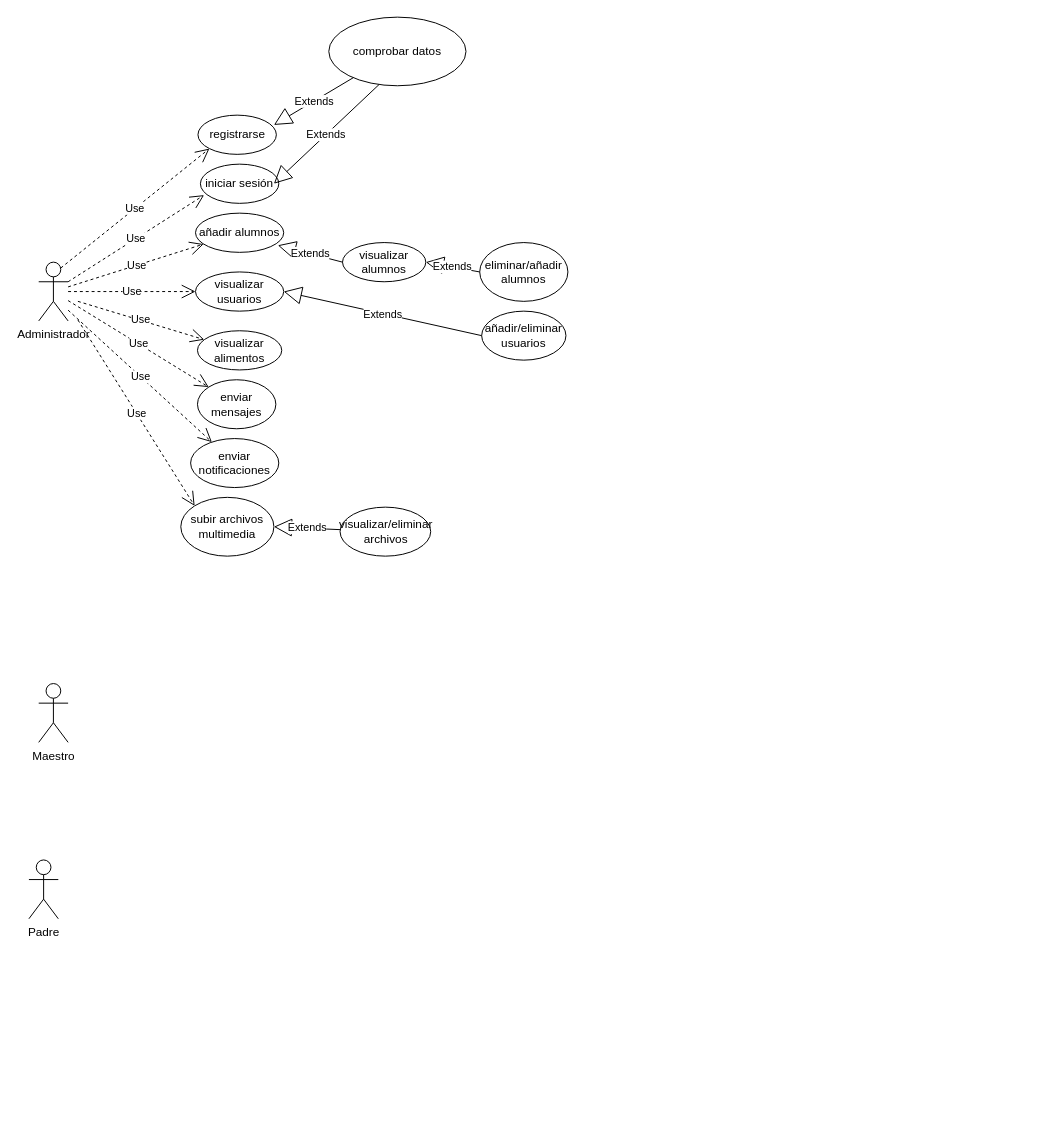
The draw.io diagram Casosdeuso.drawio in KBL-C/AppHuertoOlivo, before the edit. Source tidied: cells renumbered, new cells numbered last; positions are measured from the earlier drawing's top-left corner, leaving out a move shared by most shapes. Both pictures are drawn from the tidied source at 98%, with x=0, y=0 at pixel (28, 17).
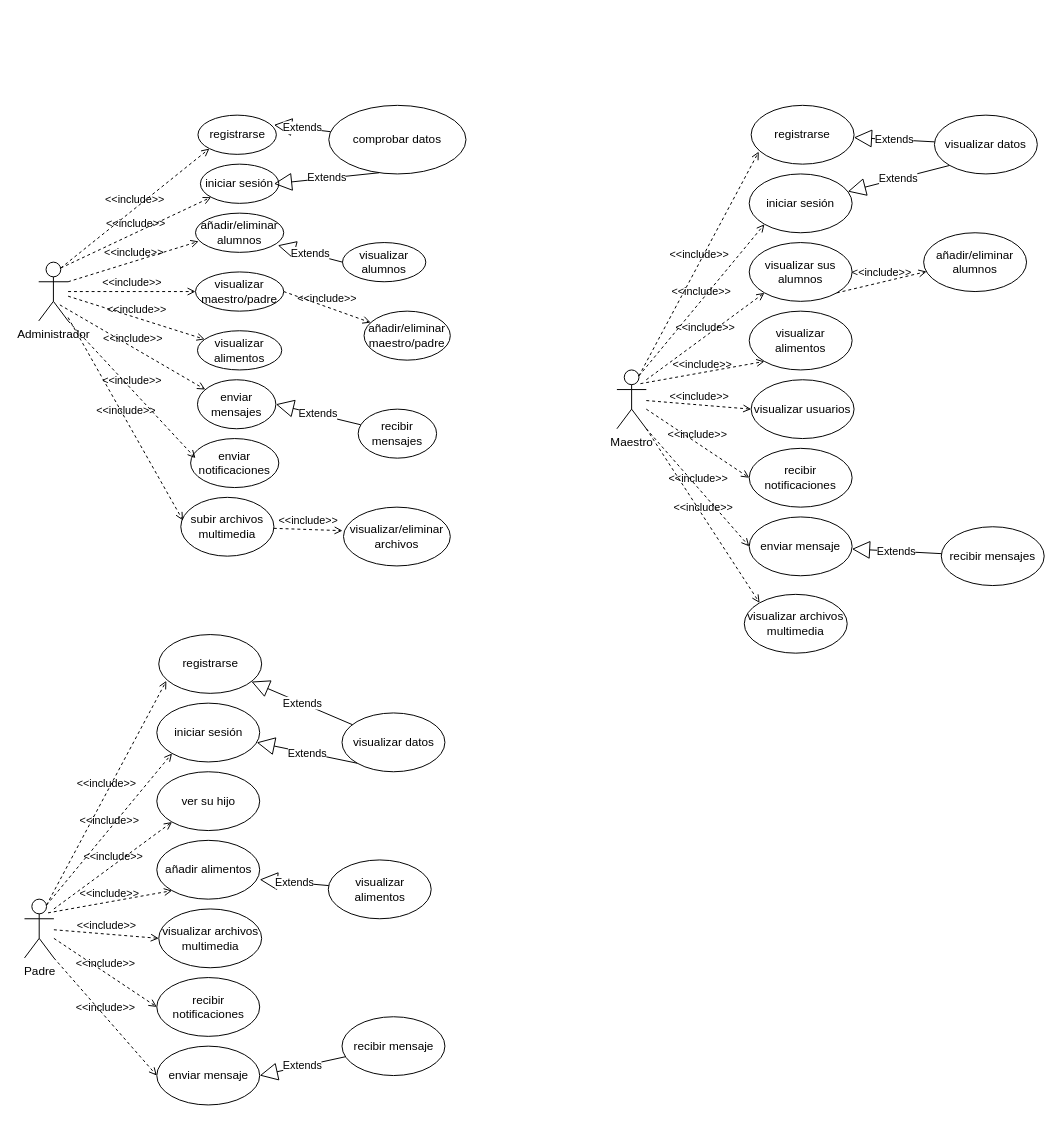
The same page after the edit.

The change refers to these unchanged cells:
```xml
<mxCell id="2" value="Administrador" style="shape=umlActor;verticalLabelPosition=bottom;verticalAlign=top;html=1;" parent="1" vertex="1">
  <mxGeometry x="10" y="250" width="30" height="60" as="geometry" />
</mxCell>
<mxCell id="5" value="registrarse" style="ellipse;whiteSpace=wrap;html=1;" parent="1" vertex="1">
  <mxGeometry x="172.5" y="100" width="80" height="40" as="geometry" />
</mxCell>
<mxCell id="6" value="iniciar sesión" style="ellipse;whiteSpace=wrap;html=1;" parent="1" vertex="1">
  <mxGeometry x="175" y="150" width="80" height="40" as="geometry" />
</mxCell>
<mxCell id="9" value="visualizar alumnos" style="ellipse;whiteSpace=wrap;html=1;" parent="1" vertex="1">
  <mxGeometry x="320" y="230" width="85" height="40" as="geometry" />
</mxCell>
<mxCell id="10" value="visualizar alimentos" style="ellipse;whiteSpace=wrap;html=1;" parent="1" vertex="1">
  <mxGeometry x="172" y="320" width="86" height="40" as="geometry" />
</mxCell>
<mxCell id="11" value="enviar mensajes" style="ellipse;whiteSpace=wrap;html=1;" parent="1" vertex="1">
  <mxGeometry x="172" y="370" width="80" height="50" as="geometry" />
</mxCell>
<mxCell id="12" value="enviar notificaciones" style="ellipse;whiteSpace=wrap;html=1;" parent="1" vertex="1">
  <mxGeometry x="165" y="430" width="90" height="50" as="geometry" />
</mxCell>
```

Diff of the diagram source:
```diff
@@
     <mxCell id="3" value="Maestro&lt;br&gt;" style="shape=umlActor;verticalLabelPosition=bottom;verticalAlign=top;html=1;" parent="1" vertex="1">
-      <mxGeometry x="10" y="680" width="30" height="60" as="geometry" />
+      <mxGeometry x="600" y="360" width="30" height="60" as="geometry" />
     </mxCell>
-    <mxCell id="4" value="Padre" style="shape=umlActor;verticalLabelPosition=bottom;verticalAlign=top;html=1;" parent="1" vertex="1">
-      <mxGeometry y="860" width="30" height="60" as="geometry" />
-    </mxCell>
@@
-    <mxCell id="7" value="añadir alumnos" style="ellipse;whiteSpace=wrap;html=1;" parent="1" vertex="1">
+    <mxCell id="7" value="añadir/eliminar alumnos" style="ellipse;whiteSpace=wrap;html=1;" parent="1" vertex="1">
       <mxGeometry x="170" y="200" width="90" height="40" as="geometry" />
     </mxCell>
-    <mxCell id="8" value="visualizar usuarios" style="ellipse;whiteSpace=wrap;html=1;" parent="1" vertex="1">
+    <mxCell id="8" value="visualizar maestro/padre" style="ellipse;whiteSpace=wrap;html=1;" parent="1" vertex="1">
       <mxGeometry x="170" y="260" width="90" height="40" as="geometry" />
     </mxCell>
@@
-    <mxCell id="13" value="Extends" style="endArrow=block;endSize=16;endFill=0;html=1;entryX=1;entryY=0.5;entryDx=0;entryDy=0;exitX=0;exitY=0.5;exitDx=0;exitDy=0;" parent="1" edge="1" source="14" target="9">
-      <mxGeometry relative="1" as="geometry" />
-    </mxCell>
-    <mxCell id="14" value="eliminar/añadir alumnos" style="ellipse;whiteSpace=wrap;html=1;" parent="1" vertex="1">
-      <mxGeometry x="460" y="230" width="90" height="60" as="geometry" />
-    </mxCell>
-    <mxCell id="15" value="añadir/eliminar usuarios" style="ellipse;whiteSpace=wrap;html=1;" parent="1" vertex="1">
-      <mxGeometry x="462" y="300" width="86" height="50" as="geometry" />
+    <mxCell id="15" value="añadir/eliminar maestro/padre" style="ellipse;whiteSpace=wrap;html=1;" parent="1" vertex="1">
+      <mxGeometry x="342" y="300" width="88" height="50" as="geometry" />
     </mxCell>
-    <mxCell id="16" value="Extends" style="endArrow=block;endSize=16;endFill=0;html=1;entryX=1;entryY=0.5;entryDx=0;entryDy=0;exitX=0;exitY=0.5;exitDx=0;exitDy=0;" parent="1" edge="1" source="15" target="8">
-      <mxGeometry relative="1" as="geometry" />
-    </mxCell>
     <mxCell id="17" value="comprobar datos" style="ellipse;whiteSpace=wrap;html=1;" parent="1" vertex="1">
-      <mxGeometry x="306" width="140" height="70" as="geometry" />
+      <mxGeometry x="306" y="90" width="140" height="70" as="geometry" />
     </mxCell>
-    <mxCell id="18" value="Use" style="endArrow=open;endSize=12;dashed=1;html=1;exitX=0.75;exitY=0.1;exitDx=0;exitDy=0;exitPerimeter=0;entryX=0;entryY=1;entryDx=0;entryDy=0;" parent="1" edge="1" source="2" target="5">
-      <mxGeometry relative="1" as="geometry" />
-    </mxCell>
@@
-    <mxCell id="21" value="Use" style="endArrow=open;endSize=12;dashed=1;html=1;entryX=0.047;entryY=0.79;entryDx=0;entryDy=0;entryPerimeter=0;" parent="1" edge="1" target="6">
-      <mxGeometry relative="1" as="geometry">
-        <mxPoint x="40" y="270" as="sourcePoint" />
-      </mxGeometry>
-    </mxCell>
+    <mxCell id="23" value="Extends" style="endArrow=block;endSize=16;endFill=0;html=1;entryX=0.933;entryY=0.82;entryDx=0;entryDy=0;exitX=0;exitY=0.5;exitDx=0;exitDy=0;entryPerimeter=0;" parent="1" edge="1" source="9" target="7">
+      <mxGeometry relative="1" as="geometry" />
+    </mxCell>
+    <mxCell id="28" value="subir archivos multimedia" style="ellipse;whiteSpace=wrap;html=1;" parent="1" vertex="1">
+      <mxGeometry x="155" y="490" width="95" height="60" as="geometry" />
+    </mxCell>
+    <mxCell id="30" value="visualizar/eliminar archivos" style="ellipse;whiteSpace=wrap;html=1;" parent="1" vertex="1">
+      <mxGeometry x="321" y="500" width="109" height="60" as="geometry" />
+    </mxCell>
+    <mxCell id="32" value="&amp;lt;&amp;lt;include&amp;gt;&amp;gt;" style="html=1;verticalAlign=bottom;labelBackgroundColor=none;endArrow=open;endFill=0;dashed=1;entryX=0.023;entryY=0.393;entryDx=0;entryDy=0;entryPerimeter=0;" parent="1" edge="1" source="2" target="28">
+      <mxGeometry relative="1" as="geometry" />
+    </mxCell>
+    <mxCell id="33" value="&amp;lt;&amp;lt;include&amp;gt;&amp;gt;" style="html=1;verticalAlign=bottom;labelBackgroundColor=none;endArrow=open;endFill=0;dashed=1;exitX=1;exitY=1;exitDx=0;exitDy=0;exitPerimeter=0;" parent="1" edge="1" source="2">
+      <mxGeometry relative="1" as="geometry">
+        <mxPoint x="170" y="450" as="targetPoint" />
+      </mxGeometry>
+    </mxCell>
+    <mxCell id="34" value="&amp;lt;&amp;lt;include&amp;gt;&amp;gt;" style="html=1;verticalAlign=bottom;labelBackgroundColor=none;endArrow=open;endFill=0;dashed=1;exitX=0.72;exitY=0.727;exitDx=0;exitDy=0;exitPerimeter=0;" parent="1" edge="1" source="2">
+      <mxGeometry relative="1" as="geometry">
+        <mxPoint x="180" y="380" as="targetPoint" />
+      </mxGeometry>
+    </mxCell>
+    <mxCell id="35" value="&amp;lt;&amp;lt;include&amp;gt;&amp;gt;" style="html=1;verticalAlign=bottom;labelBackgroundColor=none;endArrow=open;endFill=0;dashed=1;" parent="1" edge="1" source="2" target="10">
+      <mxGeometry relative="1" as="geometry" />
+    </mxCell>
+    <mxCell id="24" value="&amp;lt;&amp;lt;include&amp;gt;&amp;gt;" style="html=1;verticalAlign=bottom;labelBackgroundColor=none;endArrow=open;endFill=0;dashed=1;" parent="1" edge="1" source="2" target="8">
+      <mxGeometry relative="1" as="geometry" />
+    </mxCell>
-    <mxCell id="22" value="Use" style="endArrow=open;endSize=12;dashed=1;html=1;" parent="1" edge="1" source="2" target="7">
+    <mxCell id="22" value="&amp;lt;&amp;lt;include&amp;gt;&amp;gt;" style="html=1;verticalAlign=bottom;labelBackgroundColor=none;endArrow=open;endFill=0;dashed=1;entryX=0.036;entryY=0.72;entryDx=0;entryDy=0;exitX=1;exitY=0.3333333333333333;exitDx=0;exitDy=0;exitPerimeter=0;entryPerimeter=0;" parent="1" edge="1" source="2" target="7">
       <mxGeometry relative="1" as="geometry" />
     </mxCell>
-    <mxCell id="23" value="Extends" style="endArrow=block;endSize=16;endFill=0;html=1;entryX=0.933;entryY=0.82;entryDx=0;entryDy=0;exitX=0;exitY=0.5;exitDx=0;exitDy=0;entryPerimeter=0;" parent="1" edge="1" source="9" target="7">
-      <mxGeometry relative="1" as="geometry" />
-    </mxCell>
-    <mxCell id="24" value="Use" style="endArrow=open;endSize=12;dashed=1;html=1;entryX=0;entryY=0.5;entryDx=0;entryDy=0;" parent="1" edge="1" source="2" target="8">
-      <mxGeometry relative="1" as="geometry" />
-    </mxCell>
-    <mxCell id="25" value="Use" style="endArrow=open;endSize=12;dashed=1;html=1;" parent="1" edge="1" target="10">
-      <mxGeometry relative="1" as="geometry">
-        <mxPoint x="50" y="290" as="sourcePoint" />
-      </mxGeometry>
-    </mxCell>
-    <mxCell id="26" value="Use" style="endArrow=open;endSize=12;dashed=1;html=1;" parent="1" edge="1" source="2" target="11">
-      <mxGeometry relative="1" as="geometry" />
-    </mxCell>
-    <mxCell id="27" value="Use" style="endArrow=open;endSize=12;dashed=1;html=1;" parent="1" edge="1" target="12">
-      <mxGeometry relative="1" as="geometry">
-        <mxPoint x="40" y="299" as="sourcePoint" />
-      </mxGeometry>
-    </mxCell>
-    <mxCell id="28" value="subir archivos multimedia" style="ellipse;whiteSpace=wrap;html=1;" parent="1" vertex="1">
-      <mxGeometry x="155" y="490" width="95" height="60" as="geometry" />
-    </mxCell>
-    <mxCell id="29" value="Use" style="endArrow=open;endSize=12;dashed=1;html=1;entryX=0;entryY=0;entryDx=0;entryDy=0;" parent="1" edge="1" target="28">
-      <mxGeometry relative="1" as="geometry">
-        <mxPoint x="50" y="309" as="sourcePoint" />
-      </mxGeometry>
-    </mxCell>
-    <mxCell id="30" value="visualizar/eliminar archivos" style="ellipse;whiteSpace=wrap;html=1;" parent="1" vertex="1">
-      <mxGeometry x="317.5" y="500" width="92.5" height="50" as="geometry" />
-    </mxCell>
-    <mxCell id="31" value="Extends" style="endArrow=block;endSize=16;endFill=0;html=1;entryX=1;entryY=0.5;entryDx=0;entryDy=0;" parent="1" edge="1" source="30" target="28">
-      <mxGeometry relative="1" as="geometry" />
-    </mxCell>
+    <mxCell id="18" value="&amp;lt;&amp;lt;include&amp;gt;&amp;gt;" style="html=1;verticalAlign=bottom;labelBackgroundColor=none;endArrow=open;endFill=0;dashed=1;entryX=0;entryY=1;entryDx=0;entryDy=0;exitX=0.75;exitY=0.1;exitDx=0;exitDy=0;exitPerimeter=0;" parent="1" edge="1" source="2" target="5">
+      <mxGeometry relative="1" as="geometry" />
+    </mxCell>
+    <mxCell id="36" value="Extends" style="endArrow=block;endSize=16;endFill=0;html=1;entryX=1;entryY=0.5;entryDx=0;entryDy=0;" parent="1" edge="1" source="37" target="11">
+      <mxGeometry relative="1" as="geometry" />
+    </mxCell>
+    <mxCell id="37" value="recibir mensajes" style="ellipse;whiteSpace=wrap;html=1;" parent="1" vertex="1">
+      <mxGeometry x="336" y="400" width="80" height="50" as="geometry" />
+    </mxCell>
+    <mxCell id="38" value="visualizar sus alumnos" style="ellipse;whiteSpace=wrap;html=1;" parent="1" vertex="1">
+      <mxGeometry x="735" y="230" width="105" height="60" as="geometry" />
+    </mxCell>
+    <mxCell id="39" value="iniciar sesión" style="ellipse;whiteSpace=wrap;html=1;" parent="1" vertex="1">
+      <mxGeometry x="735" y="160" width="105" height="60" as="geometry" />
+    </mxCell>
+    <mxCell id="40" value="registrarse" style="ellipse;whiteSpace=wrap;html=1;" parent="1" vertex="1">
+      <mxGeometry x="737" y="90" width="105" height="60" as="geometry" />
+    </mxCell>
+    <mxCell id="41" value="visualizar alimentos" style="ellipse;whiteSpace=wrap;html=1;" parent="1" vertex="1">
+      <mxGeometry x="735" y="300" width="105" height="60" as="geometry" />
+    </mxCell>
+    <mxCell id="42" value="visualizar usuarios" style="ellipse;whiteSpace=wrap;html=1;" parent="1" vertex="1">
+      <mxGeometry x="737" y="370" width="105" height="60" as="geometry" />
+    </mxCell>
+    <mxCell id="43" value="recibir notificaciones" style="ellipse;whiteSpace=wrap;html=1;" parent="1" vertex="1">
+      <mxGeometry x="735" y="440" width="105" height="60" as="geometry" />
+    </mxCell>
+    <mxCell id="44" value="enviar mensaje" style="ellipse;whiteSpace=wrap;html=1;" parent="1" vertex="1">
+      <mxGeometry x="735" y="510" width="105" height="60" as="geometry" />
+    </mxCell>
+    <mxCell id="45" value="visualizar datos" style="ellipse;whiteSpace=wrap;html=1;" parent="1" vertex="1">
+      <mxGeometry x="924" y="100" width="105" height="60" as="geometry" />
+    </mxCell>
+    <mxCell id="46" value="añadir/eliminar alumnos" style="ellipse;whiteSpace=wrap;html=1;" parent="1" vertex="1">
+      <mxGeometry x="913" y="220" width="105" height="60" as="geometry" />
+    </mxCell>
+    <mxCell id="47" value="visualizar archivos multimedia" style="ellipse;whiteSpace=wrap;html=1;" parent="1" vertex="1">
+      <mxGeometry x="730" y="589" width="105" height="60" as="geometry" />
+    </mxCell>
+    <mxCell id="48" value="recibir mensajes" style="ellipse;whiteSpace=wrap;html=1;" parent="1" vertex="1">
+      <mxGeometry x="931" y="520" width="105" height="60" as="geometry" />
+    </mxCell>
+    <mxCell id="49" value="Extends" style="endArrow=block;endSize=16;endFill=0;html=1;" parent="1" edge="1" source="45" target="40">
+      <mxGeometry relative="1" as="geometry" />
+    </mxCell>
+    <mxCell id="50" value="&amp;lt;&amp;lt;include&amp;gt;&amp;gt;" style="html=1;verticalAlign=bottom;labelBackgroundColor=none;endArrow=open;endFill=0;dashed=1;entryX=0.074;entryY=0.787;entryDx=0;entryDy=0;exitX=0.75;exitY=0.1;exitDx=0;exitDy=0;exitPerimeter=0;entryPerimeter=0;" parent="1" edge="1" source="3" target="40">
+      <mxGeometry relative="1" as="geometry" />
+    </mxCell>
+    <mxCell id="51" value="&amp;lt;&amp;lt;include&amp;gt;&amp;gt;" style="html=1;verticalAlign=bottom;labelBackgroundColor=none;endArrow=open;endFill=0;dashed=1;entryX=0;entryY=1;entryDx=0;entryDy=0;exitX=0.8;exitY=0.233;exitDx=0;exitDy=0;exitPerimeter=0;" parent="1" edge="1" source="3" target="41">
+      <mxGeometry relative="1" as="geometry" />
+    </mxCell>
+    <mxCell id="52" value="&amp;lt;&amp;lt;include&amp;gt;&amp;gt;" style="html=1;verticalAlign=bottom;labelBackgroundColor=none;endArrow=open;endFill=0;dashed=1;entryX=0;entryY=0.5;entryDx=0;entryDy=0;" parent="1" edge="1" source="3" target="42">
+      <mxGeometry relative="1" as="geometry" />
+    </mxCell>
+    <mxCell id="53" value="&amp;lt;&amp;lt;include&amp;gt;&amp;gt;" style="html=1;verticalAlign=bottom;labelBackgroundColor=none;endArrow=open;endFill=0;dashed=1;entryX=0;entryY=0.5;entryDx=0;entryDy=0;" parent="1" edge="1" source="3" target="43">
+      <mxGeometry relative="1" as="geometry" />
+    </mxCell>
+    <mxCell id="54" value="&amp;lt;&amp;lt;include&amp;gt;&amp;gt;" style="html=1;verticalAlign=bottom;labelBackgroundColor=none;endArrow=open;endFill=0;dashed=1;entryX=0;entryY=0.5;entryDx=0;entryDy=0;exitX=1;exitY=1;exitDx=0;exitDy=0;exitPerimeter=0;" parent="1" edge="1" source="3" target="44">
+      <mxGeometry relative="1" as="geometry" />
+    </mxCell>
+    <mxCell id="55" value="&amp;lt;&amp;lt;include&amp;gt;&amp;gt;" style="html=1;verticalAlign=bottom;labelBackgroundColor=none;endArrow=open;endFill=0;dashed=1;entryX=0;entryY=1;entryDx=0;entryDy=0;exitX=0.75;exitY=0.1;exitDx=0;exitDy=0;exitPerimeter=0;" parent="1" edge="1" source="3" target="39">
+      <mxGeometry relative="1" as="geometry" />
+    </mxCell>
+    <mxCell id="56" value="&amp;lt;&amp;lt;include&amp;gt;&amp;gt;" style="html=1;verticalAlign=bottom;labelBackgroundColor=none;endArrow=open;endFill=0;dashed=1;exitX=0.75;exitY=0.1;exitDx=0;exitDy=0;exitPerimeter=0;" parent="1" edge="1" source="2" target="6">
+      <mxGeometry relative="1" as="geometry" />
+    </mxCell>
+    <mxCell id="57" value="Extends" style="endArrow=block;endSize=16;endFill=0;html=1;exitX=0;exitY=1;exitDx=0;exitDy=0;" parent="1" edge="1" source="45" target="39">
+      <mxGeometry relative="1" as="geometry" />
+    </mxCell>
+    <mxCell id="58" value="&amp;lt;&amp;lt;include&amp;gt;&amp;gt;" style="html=1;verticalAlign=bottom;labelBackgroundColor=none;endArrow=open;endFill=0;dashed=1;entryX=0;entryY=1;entryDx=0;entryDy=0;" parent="1" edge="1" target="38">
+      <mxGeometry relative="1" as="geometry">
+        <mxPoint x="630" y="370" as="sourcePoint" />
+      </mxGeometry>
+    </mxCell>
+    <mxCell id="4" value="Padre" style="shape=umlActor;verticalLabelPosition=bottom;verticalAlign=top;html=1;" parent="1" vertex="1">
+      <mxGeometry x="-4.5" y="900" width="30" height="60" as="geometry" />
+    </mxCell>
+    <mxCell id="59" value="ver su hijo" style="ellipse;whiteSpace=wrap;html=1;" parent="1" vertex="1">
+      <mxGeometry x="130.5" y="770" width="105" height="60" as="geometry" />
+    </mxCell>
+    <mxCell id="60" value="iniciar sesión" style="ellipse;whiteSpace=wrap;html=1;" parent="1" vertex="1">
+      <mxGeometry x="130.5" y="700" width="105" height="60" as="geometry" />
+    </mxCell>
+    <mxCell id="61" value="registrarse" style="ellipse;whiteSpace=wrap;html=1;" parent="1" vertex="1">
+      <mxGeometry x="132.5" y="630" width="105" height="60" as="geometry" />
+    </mxCell>
+    <mxCell id="62" value="añadir alimentos" style="ellipse;whiteSpace=wrap;html=1;" parent="1" vertex="1">
+      <mxGeometry x="130.5" y="840" width="105" height="60" as="geometry" />
+    </mxCell>
+    <mxCell id="63" value="visualizar archivos multimedia" style="ellipse;whiteSpace=wrap;html=1;" parent="1" vertex="1">
+      <mxGeometry x="132.5" y="910" width="105" height="60" as="geometry" />
+    </mxCell>
+    <mxCell id="64" value="recibir notificaciones" style="ellipse;whiteSpace=wrap;html=1;" parent="1" vertex="1">
+      <mxGeometry x="130.5" y="980" width="105" height="60" as="geometry" />
+    </mxCell>
+    <mxCell id="65" value="enviar mensaje" style="ellipse;whiteSpace=wrap;html=1;" parent="1" vertex="1">
+      <mxGeometry x="130.5" y="1050" width="105" height="60" as="geometry" />
+    </mxCell>
+    <mxCell id="66" value="visualizar datos" style="ellipse;whiteSpace=wrap;html=1;" parent="1" vertex="1">
+      <mxGeometry x="319.5" y="710" width="105" height="60" as="geometry" />
+    </mxCell>
+    <mxCell id="67" value="visualizar alimentos" style="ellipse;whiteSpace=wrap;html=1;" parent="1" vertex="1">
+      <mxGeometry x="305.5" y="860" width="105" height="60" as="geometry" />
+    </mxCell>
+    <mxCell id="68" value="recibir mensaje" style="ellipse;whiteSpace=wrap;html=1;" parent="1" vertex="1">
+      <mxGeometry x="319.5" y="1020" width="105" height="60" as="geometry" />
+    </mxCell>
+    <mxCell id="69" value="Extends" style="endArrow=block;endSize=16;endFill=0;html=1;" parent="1" edge="1" source="66" target="61">
+      <mxGeometry relative="1" as="geometry" />
+    </mxCell>
+    <mxCell id="70" value="&amp;lt;&amp;lt;include&amp;gt;&amp;gt;" style="html=1;verticalAlign=bottom;labelBackgroundColor=none;endArrow=open;endFill=0;dashed=1;entryX=0.074;entryY=0.787;entryDx=0;entryDy=0;exitX=0.75;exitY=0.1;exitDx=0;exitDy=0;exitPerimeter=0;entryPerimeter=0;" parent="1" edge="1" source="4" target="61">
+      <mxGeometry relative="1" as="geometry" />
+    </mxCell>
+    <mxCell id="71" value="&amp;lt;&amp;lt;include&amp;gt;&amp;gt;" style="html=1;verticalAlign=bottom;labelBackgroundColor=none;endArrow=open;endFill=0;dashed=1;entryX=0;entryY=1;entryDx=0;entryDy=0;exitX=0.8;exitY=0.233;exitDx=0;exitDy=0;exitPerimeter=0;" parent="1" edge="1" source="4" target="62">
+      <mxGeometry relative="1" as="geometry" />
+    </mxCell>
+    <mxCell id="72" value="&amp;lt;&amp;lt;include&amp;gt;&amp;gt;" style="html=1;verticalAlign=bottom;labelBackgroundColor=none;endArrow=open;endFill=0;dashed=1;entryX=0;entryY=0.5;entryDx=0;entryDy=0;" parent="1" edge="1" source="4" target="63">
+      <mxGeometry relative="1" as="geometry" />
+    </mxCell>
+    <mxCell id="73" value="&amp;lt;&amp;lt;include&amp;gt;&amp;gt;" style="html=1;verticalAlign=bottom;labelBackgroundColor=none;endArrow=open;endFill=0;dashed=1;entryX=0;entryY=0.5;entryDx=0;entryDy=0;" parent="1" edge="1" source="4" target="64">
+      <mxGeometry relative="1" as="geometry" />
+    </mxCell>
+    <mxCell id="74" value="&amp;lt;&amp;lt;include&amp;gt;&amp;gt;" style="html=1;verticalAlign=bottom;labelBackgroundColor=none;endArrow=open;endFill=0;dashed=1;entryX=0;entryY=0.5;entryDx=0;entryDy=0;exitX=1;exitY=1;exitDx=0;exitDy=0;exitPerimeter=0;" parent="1" edge="1" source="4" target="65">
+      <mxGeometry relative="1" as="geometry" />
+    </mxCell>
+    <mxCell id="75" value="&amp;lt;&amp;lt;include&amp;gt;&amp;gt;" style="html=1;verticalAlign=bottom;labelBackgroundColor=none;endArrow=open;endFill=0;dashed=1;entryX=0;entryY=1;entryDx=0;entryDy=0;exitX=0.75;exitY=0.1;exitDx=0;exitDy=0;exitPerimeter=0;" parent="1" edge="1" source="4" target="60">
+      <mxGeometry relative="1" as="geometry" />
+    </mxCell>
+    <mxCell id="76" value="Extends" style="endArrow=block;endSize=16;endFill=0;html=1;exitX=0;exitY=1;exitDx=0;exitDy=0;" parent="1" edge="1" source="66" target="60">
+      <mxGeometry relative="1" as="geometry" />
+    </mxCell>
+    <mxCell id="77" value="&amp;lt;&amp;lt;include&amp;gt;&amp;gt;" style="html=1;verticalAlign=bottom;labelBackgroundColor=none;endArrow=open;endFill=0;dashed=1;entryX=0;entryY=1;entryDx=0;entryDy=0;" parent="1" edge="1" target="59">
+      <mxGeometry relative="1" as="geometry">
+        <mxPoint x="25.5" y="910" as="sourcePoint" />
+      </mxGeometry>
+    </mxCell>
+    <mxCell id="78" value="Extends" style="endArrow=block;endSize=16;endFill=0;html=1;entryX=1;entryY=0.667;entryDx=0;entryDy=0;entryPerimeter=0;" parent="1" edge="1" source="67" target="62">
+      <mxGeometry relative="1" as="geometry" />
+    </mxCell>
+    <mxCell id="79" value="Extends" style="endArrow=block;endSize=16;endFill=0;html=1;" parent="1" edge="1" source="48" target="44">
+      <mxGeometry relative="1" as="geometry" />
+    </mxCell>
+    <mxCell id="80" value="&amp;lt;&amp;lt;include&amp;gt;&amp;gt;" style="html=1;verticalAlign=bottom;labelBackgroundColor=none;endArrow=open;endFill=0;dashed=1;entryX=0;entryY=0;entryDx=0;entryDy=0;exitX=1;exitY=1;exitDx=0;exitDy=0;exitPerimeter=0;" parent="1" edge="1" source="3" target="47">
+      <mxGeometry relative="1" as="geometry" />
+    </mxCell>
+    <mxCell id="81" value="Extends" style="endArrow=block;endSize=16;endFill=0;html=1;entryX=1;entryY=0.5;entryDx=0;entryDy=0;" parent="1" edge="1" source="68" target="65">
+      <mxGeometry relative="1" as="geometry" />
+    </mxCell>
+    <mxCell id="82" value="&amp;lt;&amp;lt;include&amp;gt;&amp;gt;" style="html=1;verticalAlign=bottom;labelBackgroundColor=none;endArrow=open;endFill=0;dashed=1;exitX=1;exitY=0.5;exitDx=0;exitDy=0;" parent="1" edge="1" source="8" target="15">
+      <mxGeometry relative="1" as="geometry" />
+    </mxCell>
+    <mxCell id="83" value="&amp;lt;&amp;lt;include&amp;gt;&amp;gt;" style="html=1;verticalAlign=bottom;labelBackgroundColor=none;endArrow=open;endFill=0;dashed=1;" parent="1" edge="1" source="28">
+      <mxGeometry relative="1" as="geometry">
+        <mxPoint x="320" y="524" as="targetPoint" />
+      </mxGeometry>
+    </mxCell>
+    <mxCell id="84" value="&amp;lt;&amp;lt;include&amp;gt;&amp;gt;" style="html=1;verticalAlign=bottom;labelBackgroundColor=none;endArrow=open;endFill=0;dashed=1;entryX=0.029;entryY=0.66;entryDx=0;entryDy=0;entryPerimeter=0;exitX=1;exitY=1;exitDx=0;exitDy=0;" parent="1" edge="1" source="38" target="46">
+      <mxGeometry relative="1" as="geometry" />
+    </mxCell>
```
